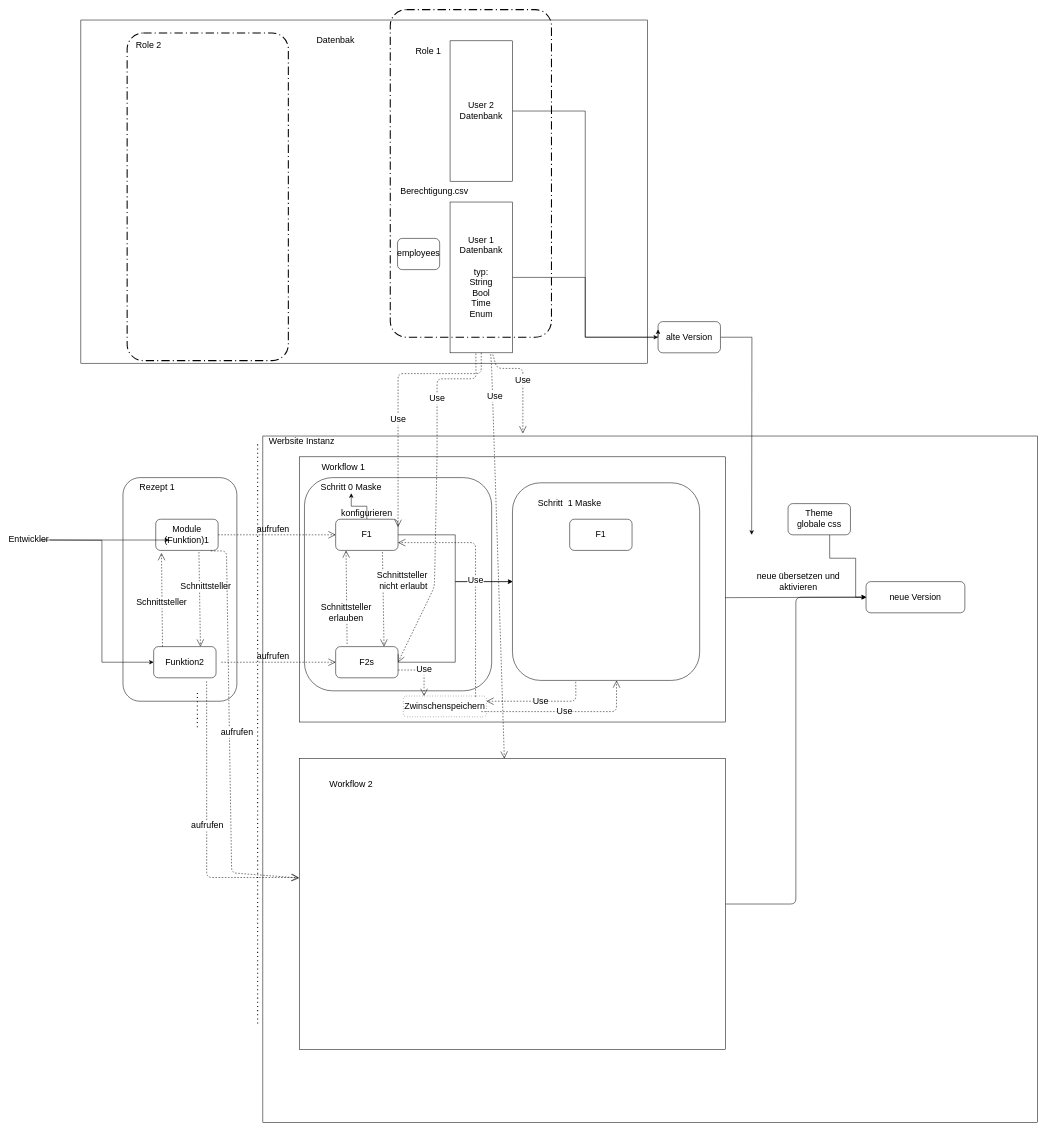
This is Untitled Diagram.drawio from masteryijian/Hallo-World-, a draw.io file, before an edit. Source tidied: cells renumbered, new cells numbered last; positions are measured from the earlier drawing's top-left corner, leaving out a move shared by most shapes. Both pictures are drawn from the tidied source at 52%, with x=0, y=0 at pixel (18, 9).
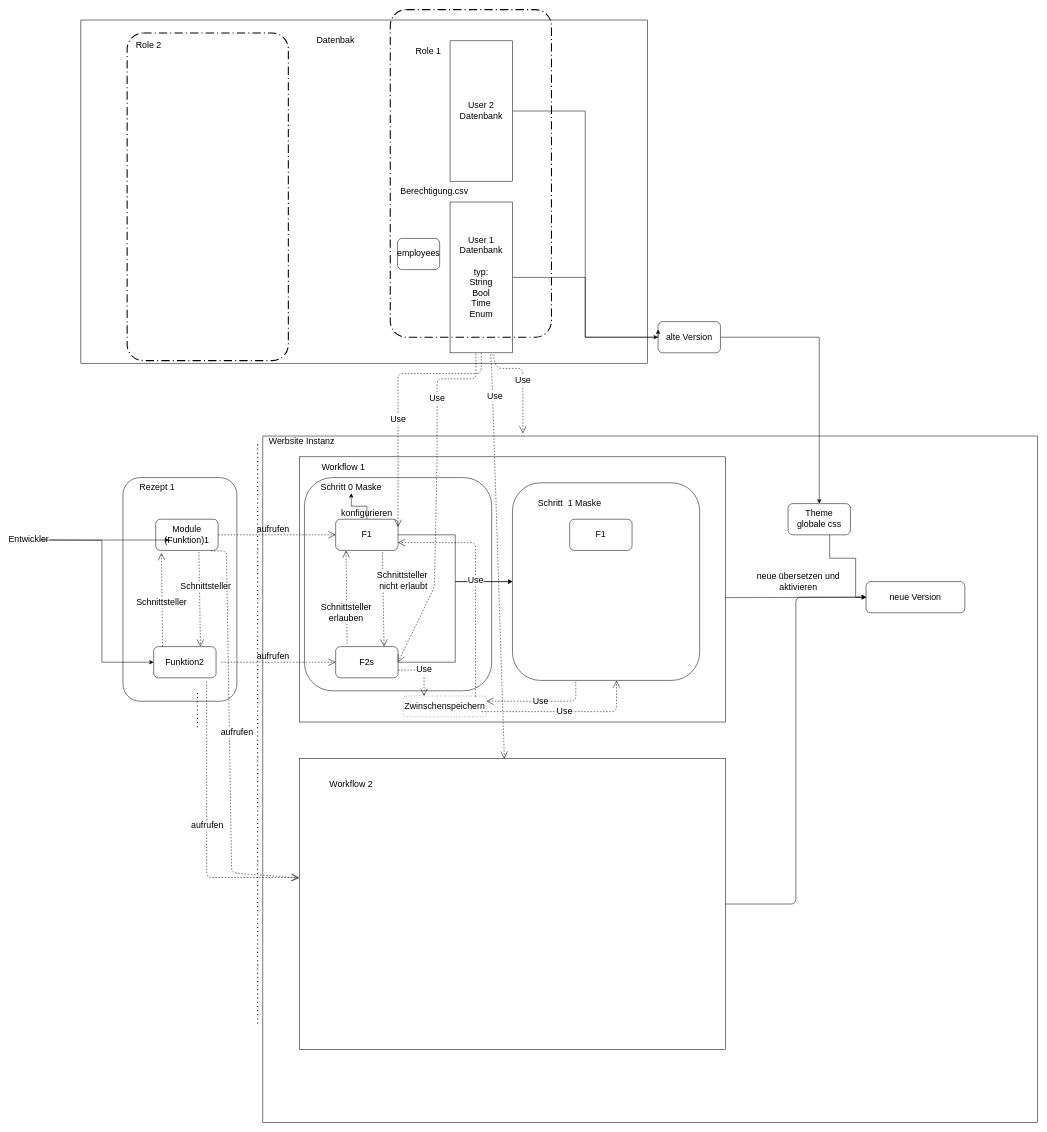
After the change.

Unchanged cells that the change refers to:
```xml
<mxCell id="39" value="alte Version" style="rounded=1;whiteSpace=wrap;html=1;fontSize=17;" parent="1" vertex="1">
  <mxGeometry x="1230" y="600" width="120" height="60" as="geometry" />
</mxCell>
<mxCell id="64" value="Theme&lt;br&gt;globale css" style="rounded=1;whiteSpace=wrap;html=1;fontSize=17;" parent="1" vertex="1">
  <mxGeometry x="1480" y="950" width="120" height="60" as="geometry" />
</mxCell>
```

What changed in the source:
```diff
@@
-    <mxCell id="38" style="edgeStyle=orthogonalEdgeStyle;rounded=0;jettySize=auto;html=1;fontSize=17;" parent="1" edge="1" source="39">
-      <mxGeometry relative="1" as="geometry">
-        <mxPoint x="1410" y="1010" as="targetPoint" />
-      </mxGeometry>
+    <mxCell id="38" style="edgeStyle=orthogonalEdgeStyle;rounded=0;jettySize=auto;html=1;fontSize=17;" parent="1" edge="1" source="39" target="64">
+      <mxGeometry relative="1" as="geometry" />
     </mxCell>
```
